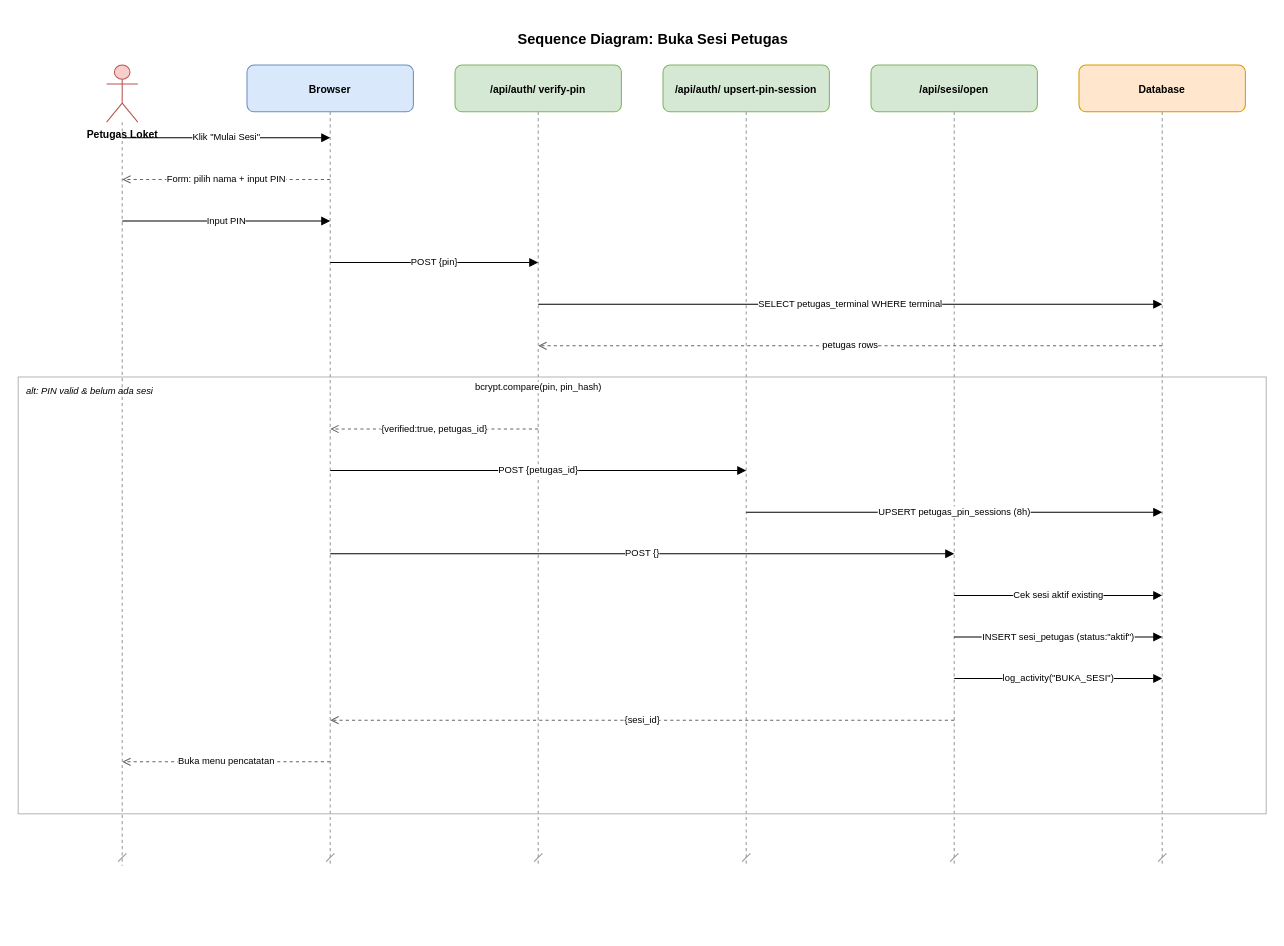
The draw.io diagram docs/diagrams/sequence/09-sq-buka-sesi-petugas.drawio in RyanGLoomy/terminal-iwkbu, before the edit. Source tidied: cells renumbered, new cells numbered last; positions are measured from the earlier drawing's top-left corner, leaving out a move shared by most shapes. Both pictures are drawn from the tidied source at 104%, with x=0, y=0 at pixel (18, 23).
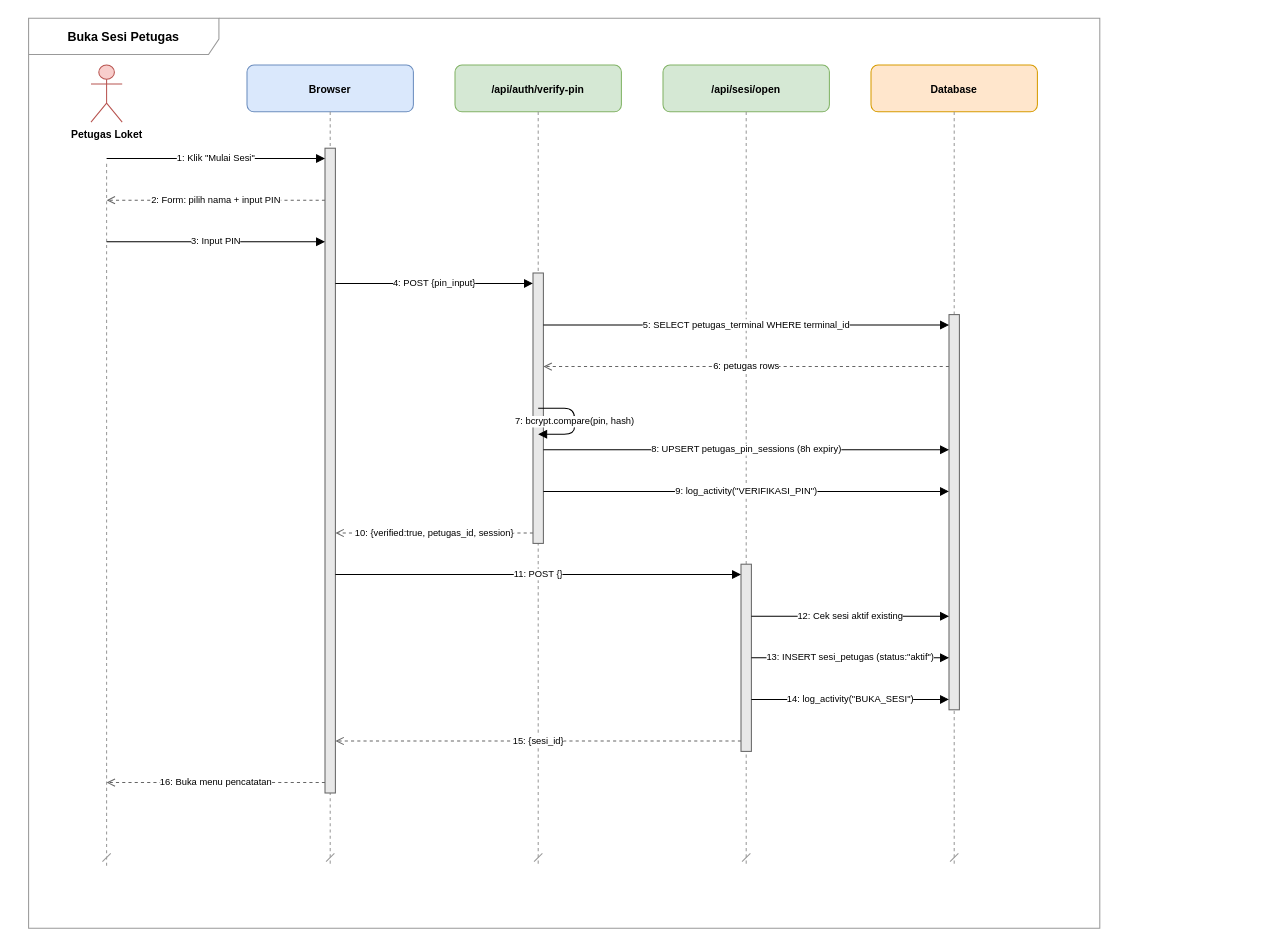
After the change.

The edit, as a diff of the source:
```diff
@@
-    <mxCell id="2" value="Sequence Diagram: Buka Sesi Petugas" style="text;html=1;align=center;verticalAlign=middle;fontSize=14;fontStyle=1;strokeColor=none;fillColor=none;" parent="1" vertex="1">
-      <mxGeometry x="40" width="1140" height="30" as="geometry" />
-    </mxCell>
+    <mxCell id="32" value="Buka Sesi Petugas" style="shape=umlFrame;whiteSpace=wrap;html=1;fillColor=none;strokeColor=#999999;fontSize=12;fontStyle=1;lightOpacity=50;tabWidth=183;tabHeight=22;width=183;height=35;" parent="1" vertex="1">
+      <mxGeometry x="10" y="-5" width="1030" height="875" as="geometry" />
+    </mxCell>
     <mxCell id="3" value="Petugas Loket" style="shape=umlActor;verticalLabelPosition=bottom;verticalAlign=top;html=1;fillColor=#f8cecc;strokeColor=#b85450;fontStyle=1;fontSize=10;" parent="1" vertex="1">
-      <mxGeometry x="85" y="40" width="30" height="55" as="geometry" />
+      <mxGeometry x="70" y="40" width="30" height="55" as="geometry" />
     </mxCell>
     <mxCell id="4" style="endArrow=dash;dashed=1;html=1;strokeWidth=1;strokeColor=#999999;" parent="1" edge="1">
       <mxGeometry relative="1" as="geometry">
-        <mxPoint x="100" y="95" as="sourcePoint" />
-        <mxPoint x="100" y="810" as="targetPoint" />
+        <mxPoint x="85" y="135" as="sourcePoint" />
+        <mxPoint x="85" y="810" as="targetPoint" />
       </mxGeometry>
     </mxCell>
@@
-    <mxCell id="7" value="/api/auth/ verify-pin" style="rounded=1;whiteSpace=wrap;html=1;fillColor=#d5e8d4;strokeColor=#82b366;fontStyle=1;fontSize=10;" parent="1" vertex="1">
+    <mxCell id="7" value="/api/auth/verify-pin" style="rounded=1;whiteSpace=wrap;html=1;fillColor=#d5e8d4;strokeColor=#82b366;fontStyle=1;fontSize=10;" parent="1" vertex="1">
       <mxGeometry x="420" y="40" width="160" height="45" as="geometry" />
     </mxCell>
@@
-    <mxCell id="9" value="/api/auth/ upsert-pin-session" style="rounded=1;whiteSpace=wrap;html=1;fillColor=#d5e8d4;strokeColor=#82b366;fontStyle=1;fontSize=10;" parent="1" vertex="1">
+    <mxCell id="9" value="/api/sesi/open" style="rounded=1;whiteSpace=wrap;html=1;fillColor=#d5e8d4;strokeColor=#82b366;fontStyle=1;fontSize=10;" parent="1" vertex="1">
       <mxGeometry x="620" y="40" width="160" height="45" as="geometry" />
     </mxCell>
@@
-    <mxCell id="11" value="/api/sesi/open" style="rounded=1;whiteSpace=wrap;html=1;fillColor=#d5e8d4;strokeColor=#82b366;fontStyle=1;fontSize=10;" parent="1" vertex="1">
+    <mxCell id="11" value="Database" style="rounded=1;whiteSpace=wrap;html=1;fillColor=#ffe6cc;strokeColor=#d79b00;fontStyle=1;fontSize=10;" parent="1" vertex="1">
       <mxGeometry x="820" y="40" width="160" height="45" as="geometry" />
     </mxCell>
@@
-    <mxCell id="13" value="Database" style="rounded=1;whiteSpace=wrap;html=1;fillColor=#ffe6cc;strokeColor=#d79b00;fontStyle=1;fontSize=10;" parent="1" vertex="1">
-      <mxGeometry x="1020" y="40" width="160" height="45" as="geometry" />
-    </mxCell>
-    <mxCell id="14" style="endArrow=dash;dashed=1;html=1;strokeWidth=1;strokeColor=#999999;" parent="1" edge="1">
-      <mxGeometry relative="1" as="geometry">
-        <mxPoint x="1100" y="85" as="sourcePoint" />
-        <mxPoint x="1100" y="810" as="targetPoint" />
-      </mxGeometry>
-    </mxCell>
-    <mxCell id="15" value="alt: PIN valid &amp; belum ada sesi" style="rounded=0;whiteSpace=wrap;html=1;fillColor=none;strokeColor=#999999;dashed=0;verticalAlign=top;align=left;spacingTop=2;spacingLeft=6;fontSize=9;fontStyle=2;opacity=70;" parent="1" vertex="1">
-      <mxGeometry y="340" width="1200" height="420" as="geometry" />
-    </mxCell>
+    <mxCell id="33" style="rounded=0;whiteSpace=wrap;html=1;fillColor=#e8e8e8;strokeColor=#666666;strokeWidth=1;" parent="1" vertex="1">
+      <mxGeometry x="295" y="120" width="10" height="620" as="geometry" />
+    </mxCell>
+    <mxCell id="34" style="rounded=0;whiteSpace=wrap;html=1;fillColor=#e8e8e8;strokeColor=#666666;strokeWidth=1;" parent="1" vertex="1">
+      <mxGeometry x="495" y="240" width="10" height="260" as="geometry" />
+    </mxCell>
+    <mxCell id="35" style="rounded=0;whiteSpace=wrap;html=1;fillColor=#e8e8e8;strokeColor=#666666;strokeWidth=1;" parent="1" vertex="1">
+      <mxGeometry x="695" y="520" width="10" height="180" as="geometry" />
+    </mxCell>
+    <mxCell id="36" style="rounded=0;whiteSpace=wrap;html=1;fillColor=#e8e8e8;strokeColor=#666666;strokeWidth=1;" parent="1" vertex="1">
+      <mxGeometry x="895" y="280" width="10" height="380" as="geometry" />
+    </mxCell>
-    <mxCell id="16" value="Klik &quot;Mulai Sesi&quot;" style="endArrow=block;endFill=1;html=1;fontSize=9;" parent="1" edge="1">
+    <mxCell id="16" value="1: Klik &quot;Mulai Sesi&quot;" style="endArrow=block;endFill=1;html=1;fontSize=9;" parent="1" edge="1">
       <mxGeometry relative="1" as="geometry">
-        <mxPoint x="100" y="110" as="sourcePoint" />
-        <mxPoint x="300" y="110" as="targetPoint" />
+        <mxPoint x="85" y="130" as="sourcePoint" />
+        <mxPoint x="295" y="130" as="targetPoint" />
       </mxGeometry>
     </mxCell>
-    <mxCell id="17" value="Form: pilih nama + input PIN" style="endArrow=open;endFill=0;dashed=1;html=1;fontSize=9;strokeColor=#666666;" parent="1" edge="1">
+    <mxCell id="17" value="2: Form: pilih nama + input PIN" style="endArrow=open;endFill=0;dashed=1;html=1;fontSize=9;strokeColor=#666666;" parent="1" edge="1">
       <mxGeometry relative="1" as="geometry">
-        <mxPoint x="300" y="150" as="sourcePoint" />
-        <mxPoint x="100" y="150" as="targetPoint" />
+        <mxPoint x="295" y="170" as="sourcePoint" />
+        <mxPoint x="85" y="170" as="targetPoint" />
       </mxGeometry>
     </mxCell>
-    <mxCell id="18" value="Input PIN" style="endArrow=block;endFill=1;html=1;fontSize=9;" parent="1" edge="1">
+    <mxCell id="18" value="3: Input PIN" style="endArrow=block;endFill=1;html=1;fontSize=9;" parent="1" edge="1">
       <mxGeometry relative="1" as="geometry">
-        <mxPoint x="100" y="190" as="sourcePoint" />
-        <mxPoint x="300" y="190" as="targetPoint" />
+        <mxPoint x="85" y="210" as="sourcePoint" />
+        <mxPoint x="295" y="210" as="targetPoint" />
       </mxGeometry>
     </mxCell>
-    <mxCell id="19" value="POST {pin}" style="endArrow=block;endFill=1;html=1;fontSize=9;" parent="1" edge="1">
+    <mxCell id="19" value="4: POST {pin_input}" style="endArrow=block;endFill=1;html=1;fontSize=9;" parent="1" edge="1">
       <mxGeometry relative="1" as="geometry">
-        <mxPoint x="300" y="230" as="sourcePoint" />
-        <mxPoint x="500" y="230" as="targetPoint" />
+        <mxPoint x="305" y="250" as="sourcePoint" />
+        <mxPoint x="495" y="250" as="targetPoint" />
       </mxGeometry>
     </mxCell>
-    <mxCell id="20" value="SELECT petugas_terminal WHERE terminal" style="endArrow=block;endFill=1;html=1;fontSize=9;" parent="1" edge="1">
+    <mxCell id="20" value="5: SELECT petugas_terminal WHERE terminal_id" style="endArrow=block;endFill=1;html=1;fontSize=9;" parent="1" edge="1">
       <mxGeometry relative="1" as="geometry">
-        <mxPoint x="500" y="270" as="sourcePoint" />
-        <mxPoint x="1100" y="270" as="targetPoint" />
+        <mxPoint x="505" y="290" as="sourcePoint" />
+        <mxPoint x="895" y="290" as="targetPoint" />
       </mxGeometry>
     </mxCell>
-    <mxCell id="21" value="petugas rows" style="endArrow=open;endFill=0;dashed=1;html=1;fontSize=9;strokeColor=#666666;" parent="1" edge="1">
+    <mxCell id="21" value="6: petugas rows" style="endArrow=open;endFill=0;dashed=1;html=1;fontSize=9;strokeColor=#666666;" parent="1" edge="1">
       <mxGeometry relative="1" as="geometry">
-        <mxPoint x="1100" y="310" as="sourcePoint" />
-        <mxPoint x="500" y="310" as="targetPoint" />
+        <mxPoint x="895" y="330" as="sourcePoint" />
+        <mxPoint x="505" y="330" as="targetPoint" />
       </mxGeometry>
     </mxCell>
-    <mxCell id="22" value="bcrypt.compare(pin, pin_hash)" style="endArrow=block;endFill=1;html=1;fontSize=9;" parent="1" edge="1">
+    <mxCell id="22" value="7: bcrypt.compare(pin, hash)" style="endArrow=block;endFill=1;html=1;fontSize=9;" parent="1" edge="1">
       <mxGeometry relative="1" as="geometry">
-        <mxPoint x="500" y="350" as="sourcePoint" />
-        <mxPoint x="500" y="350" as="targetPoint" />
+        <mxPoint x="500" y="370" as="sourcePoint" />
+        <mxPoint x="500" y="395" as="targetPoint" />
+        <Array as="points">
+          <mxPoint x="535" y="370" />
+          <mxPoint x="535" y="395" />
+        </Array>
       </mxGeometry>
     </mxCell>
-    <mxCell id="23" value="{verified:true, petugas_id}" style="endArrow=open;endFill=0;dashed=1;html=1;fontSize=9;strokeColor=#666666;" parent="1" edge="1">
+    <mxCell id="23" value="8: UPSERT petugas_pin_sessions (8h expiry)" style="endArrow=block;endFill=1;html=1;fontSize=9;" parent="1" edge="1">
       <mxGeometry relative="1" as="geometry">
-        <mxPoint x="500" y="390" as="sourcePoint" />
-        <mxPoint x="300" y="390" as="targetPoint" />
+        <mxPoint x="505" y="410" as="sourcePoint" />
+        <mxPoint x="895" y="410" as="targetPoint" />
       </mxGeometry>
     </mxCell>
-    <mxCell id="24" value="POST {petugas_id}" style="endArrow=block;endFill=1;html=1;fontSize=9;" parent="1" edge="1">
+    <mxCell id="24" value="9: log_activity(&quot;VERIFIKASI_PIN&quot;)" style="endArrow=block;endFill=1;html=1;fontSize=9;" parent="1" edge="1">
       <mxGeometry relative="1" as="geometry">
-        <mxPoint x="300" y="430" as="sourcePoint" />
-        <mxPoint x="700" y="430" as="targetPoint" />
+        <mxPoint x="505" y="450" as="sourcePoint" />
+        <mxPoint x="895" y="450" as="targetPoint" />
       </mxGeometry>
     </mxCell>
-    <mxCell id="25" value="UPSERT petugas_pin_sessions (8h)" style="endArrow=block;endFill=1;html=1;fontSize=9;" parent="1" edge="1">
+    <mxCell id="25" value="10: {verified:true, petugas_id, session}" style="endArrow=open;endFill=0;dashed=1;html=1;fontSize=9;strokeColor=#666666;" parent="1" edge="1">
       <mxGeometry relative="1" as="geometry">
-        <mxPoint x="700" y="470" as="sourcePoint" />
-        <mxPoint x="1100" y="470" as="targetPoint" />
+        <mxPoint x="495" y="490" as="sourcePoint" />
+        <mxPoint x="305" y="490" as="targetPoint" />
       </mxGeometry>
     </mxCell>
-    <mxCell id="26" value="POST {}" style="endArrow=block;endFill=1;html=1;fontSize=9;" parent="1" edge="1">
+    <mxCell id="26" value="11: POST {}" style="endArrow=block;endFill=1;html=1;fontSize=9;" parent="1" edge="1">
       <mxGeometry relative="1" as="geometry">
-        <mxPoint x="300" y="510" as="sourcePoint" />
-        <mxPoint x="900" y="510" as="targetPoint" />
+        <mxPoint x="305" y="530" as="sourcePoint" />
+        <mxPoint x="695" y="530" as="targetPoint" />
       </mxGeometry>
     </mxCell>
-    <mxCell id="27" value="Cek sesi aktif existing" style="endArrow=block;endFill=1;html=1;fontSize=9;" parent="1" edge="1">
+    <mxCell id="27" value="12: Cek sesi aktif existing" style="endArrow=block;endFill=1;html=1;fontSize=9;" parent="1" edge="1">
       <mxGeometry relative="1" as="geometry">
-        <mxPoint x="900" y="550" as="sourcePoint" />
-        <mxPoint x="1100" y="550" as="targetPoint" />
+        <mxPoint x="705" y="570" as="sourcePoint" />
+        <mxPoint x="895" y="570" as="targetPoint" />
       </mxGeometry>
     </mxCell>
-    <mxCell id="28" value="INSERT sesi_petugas (status:&quot;aktif&quot;)" style="endArrow=block;endFill=1;html=1;fontSize=9;" parent="1" edge="1">
+    <mxCell id="28" value="13: INSERT sesi_petugas (status:&quot;aktif&quot;)" style="endArrow=block;endFill=1;html=1;fontSize=9;" parent="1" edge="1">
       <mxGeometry relative="1" as="geometry">
-        <mxPoint x="900" y="590" as="sourcePoint" />
-        <mxPoint x="1100" y="590" as="targetPoint" />
+        <mxPoint x="705" y="610" as="sourcePoint" />
+        <mxPoint x="895" y="610" as="targetPoint" />
       </mxGeometry>
     </mxCell>
-    <mxCell id="29" value="log_activity(&quot;BUKA_SESI&quot;)" style="endArrow=block;endFill=1;html=1;fontSize=9;" parent="1" edge="1">
+    <mxCell id="29" value="14: log_activity(&quot;BUKA_SESI&quot;)" style="endArrow=block;endFill=1;html=1;fontSize=9;" parent="1" edge="1">
       <mxGeometry relative="1" as="geometry">
-        <mxPoint x="900" y="630" as="sourcePoint" />
-        <mxPoint x="1100" y="630" as="targetPoint" />
+        <mxPoint x="705" y="650" as="sourcePoint" />
+        <mxPoint x="895" y="650" as="targetPoint" />
       </mxGeometry>
     </mxCell>
-    <mxCell id="30" value="{sesi_id}" style="endArrow=open;endFill=0;dashed=1;html=1;fontSize=9;strokeColor=#666666;" parent="1" edge="1">
+    <mxCell id="30" value="15: {sesi_id}" style="endArrow=open;endFill=0;dashed=1;html=1;fontSize=9;strokeColor=#666666;" parent="1" edge="1">
       <mxGeometry relative="1" as="geometry">
-        <mxPoint x="900" y="670" as="sourcePoint" />
-        <mxPoint x="300" y="670" as="targetPoint" />
+        <mxPoint x="695" y="690" as="sourcePoint" />
+        <mxPoint x="305" y="690" as="targetPoint" />
       </mxGeometry>
     </mxCell>
-    <mxCell id="31" value="Buka menu pencatatan" style="endArrow=open;endFill=0;dashed=1;html=1;fontSize=9;strokeColor=#666666;" parent="1" edge="1">
+    <mxCell id="31" value="16: Buka menu pencatatan" style="endArrow=open;endFill=0;dashed=1;html=1;fontSize=9;strokeColor=#666666;" parent="1" edge="1">
       <mxGeometry relative="1" as="geometry">
-        <mxPoint x="300" y="710" as="sourcePoint" />
-        <mxPoint x="100" y="710" as="targetPoint" />
+        <mxPoint x="295" y="730" as="sourcePoint" />
+        <mxPoint x="85" y="730" as="targetPoint" />
       </mxGeometry>
     </mxCell>
```
